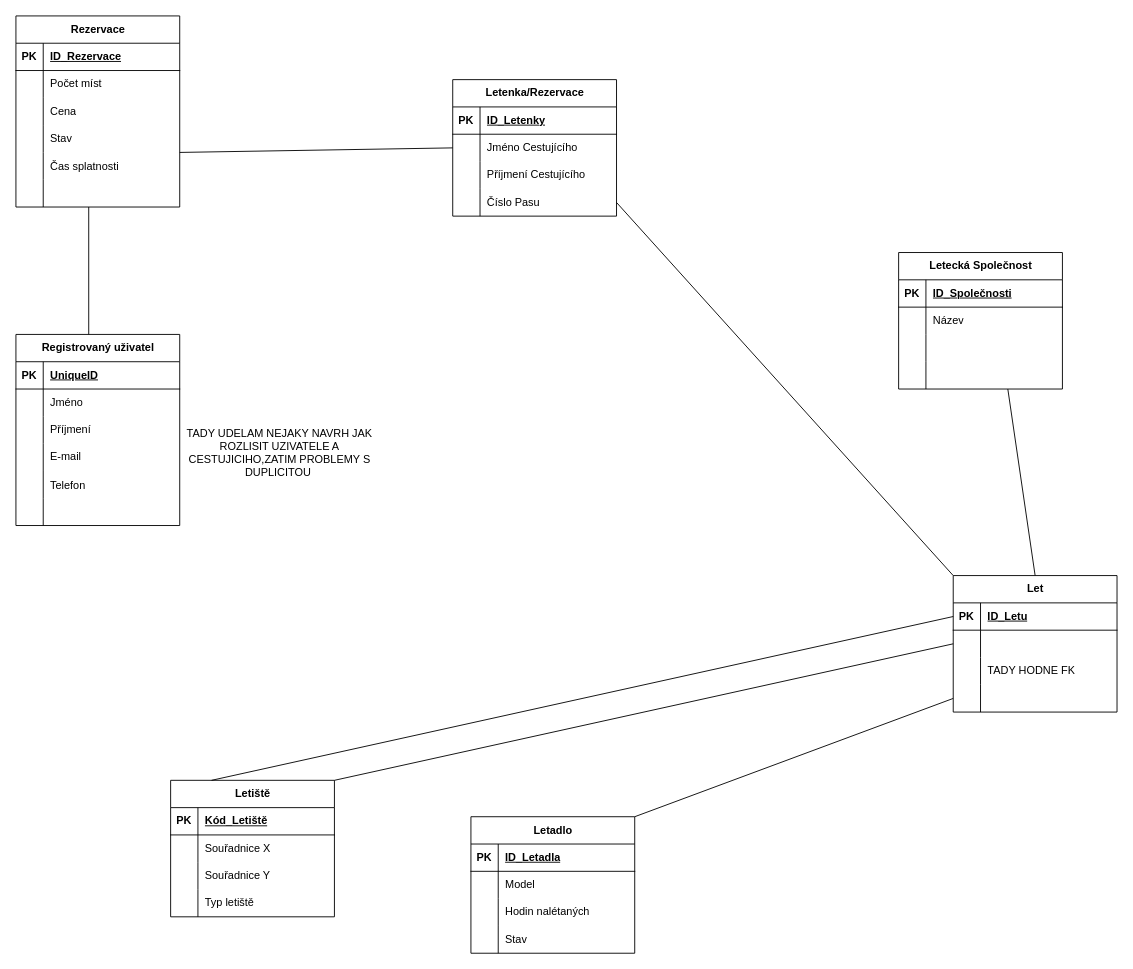
Before: ER.drawio in Vacko32/IDSProject, a draw.io diagram. Source tidied: cells renumbered, new cells numbered last; positions are measured from the earlier drawing's top-left corner, leaving out a move shared by most shapes. Both pictures are drawn from the tidied source at 91%, with x=0, y=0 at pixel (15, 15).
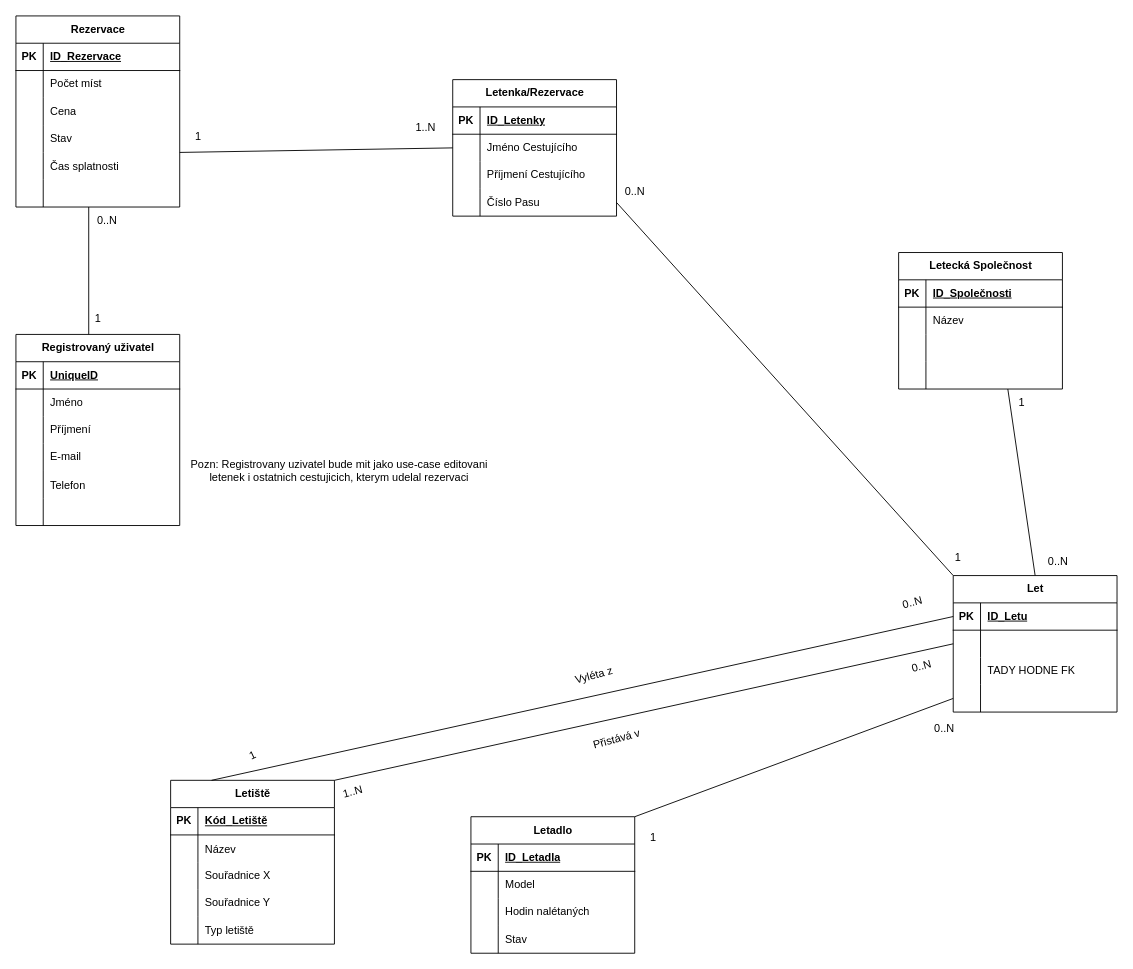
Above is the later version.

The edit, as a diff of the source:
```diff
@@
     <mxCell id="28" value="Letiště" style="shape=table;startSize=30;childLayout=tableLayout;rowLines=0;fontStyle=1;align=center;html=1;" parent="1" vertex="1">
-      <mxGeometry x="170" y="840" width="180" height="150" as="geometry" />
+      <mxGeometry x="170" y="840" width="180" height="180" as="geometry" />
     </mxCell>
@@
+    <mxCell id="113" style="shape=tableRow;horizontal=0;startSize=0;swimlaneHead=0;swimlaneBody=0;fillColor=none;top=0;left=0;right=0;bottom=0;" parent="28" vertex="1">
+      <mxGeometry y="60" width="180" height="30" as="geometry" />
+    </mxCell>
+    <mxCell id="114" style="shape=partialRectangle;fillColor=none;top=0;left=0;bottom=0;right=0;overflow=hidden;" parent="113" vertex="1">
+      <mxGeometry width="30" height="30" as="geometry" />
+    </mxCell>
+    <mxCell id="115" value="Název" style="shape=partialRectangle;fillColor=none;top=0;left=0;bottom=0;right=0;align=left;spacingLeft=6;overflow=hidden;" parent="113" vertex="1">
+      <mxGeometry x="30" width="150" height="30" as="geometry" />
+    </mxCell>
     <mxCell id="32" style="shape=tableRow;horizontal=0;startSize=0;swimlaneHead=0;swimlaneBody=0;fillColor=none;top=0;left=0;right=0;bottom=0;" parent="28" vertex="1">
-      <mxGeometry y="60" width="180" height="30" as="geometry" />
+      <mxGeometry y="90" width="180" height="30" as="geometry" />
     </mxCell>
@@
     <mxCell id="35" style="shape=tableRow;horizontal=0;startSize=0;swimlaneHead=0;swimlaneBody=0;fillColor=none;top=0;left=0;right=0;bottom=0;" parent="28" vertex="1">
-      <mxGeometry y="90" width="180" height="30" as="geometry" />
+      <mxGeometry y="120" width="180" height="30" as="geometry" />
     </mxCell>
@@
     <mxCell id="38" style="shape=tableRow;horizontal=0;startSize=0;swimlaneHead=0;swimlaneBody=0;fillColor=none;top=0;left=0;right=0;bottom=0;" parent="28" vertex="1">
-      <mxGeometry y="120" width="180" height="30" as="geometry" />
+      <mxGeometry y="150" width="180" height="30" as="geometry" />
     </mxCell>
@@
-    <mxCell id="112" value="TADY UDELAM NEJAKY NAVRH JAK ROZLISIT UZIVATELE A CESTUJICIHO,ZATIM PROBLEMY S DUPLICITOU&amp;nbsp;" style="text;html=1;strokeColor=none;fillColor=none;align=center;verticalAlign=middle;whiteSpace=wrap;rounded=0;" parent="1" vertex="1">
-      <mxGeometry x="180" y="430" width="220" height="100" as="geometry" />
-    </mxCell>
+    <mxCell id="116" value="Pozn: Registrovany uzivatel bude mit jako use-case editovani&lt;br&gt;letenek i ostatnich cestujicich, kterym udelal rezervaci" style="text;html=1;align=center;verticalAlign=middle;strokeColor=none;fillColor=none;" parent="1" vertex="1">
+      <mxGeometry x="180" y="480" width="350" height="40" as="geometry" />
+    </mxCell>
+    <mxCell id="117" value="1" style="text;html=1;align=center;verticalAlign=middle;strokeColor=none;fillColor=none;" parent="1" vertex="1">
+      <mxGeometry x="75" y="318" width="30" height="30" as="geometry" />
+    </mxCell>
+    <mxCell id="118" value="0..N" style="text;html=1;align=center;verticalAlign=middle;strokeColor=none;fillColor=none;" parent="1" vertex="1">
+      <mxGeometry x="75" y="210" width="50" height="30" as="geometry" />
+    </mxCell>
+    <mxCell id="119" value="1" style="text;html=1;align=center;verticalAlign=middle;strokeColor=none;fillColor=none;" parent="1" vertex="1">
+      <mxGeometry x="185" y="118" width="30" height="30" as="geometry" />
+    </mxCell>
+    <mxCell id="120" value="1..N" style="text;html=1;align=center;verticalAlign=middle;strokeColor=none;fillColor=none;" parent="1" vertex="1">
+      <mxGeometry x="425" y="108" width="50" height="30" as="geometry" />
+    </mxCell>
+    <mxCell id="121" value="0..N" style="text;html=1;align=center;verticalAlign=middle;strokeColor=none;fillColor=none;" parent="1" vertex="1">
+      <mxGeometry x="655" y="178" width="50" height="30" as="geometry" />
+    </mxCell>
+    <mxCell id="122" value="1" style="text;html=1;align=center;verticalAlign=middle;strokeColor=none;fillColor=none;" parent="1" vertex="1">
+      <mxGeometry x="1020" y="580" width="30" height="30" as="geometry" />
+    </mxCell>
+    <mxCell id="123" value="1" style="text;html=1;align=center;verticalAlign=middle;strokeColor=none;fillColor=none;" parent="1" vertex="1">
+      <mxGeometry x="1090" y="410" width="30" height="30" as="geometry" />
+    </mxCell>
+    <mxCell id="124" value="0..N" style="text;html=1;align=center;verticalAlign=middle;strokeColor=none;fillColor=none;" parent="1" vertex="1">
+      <mxGeometry x="1120" y="585" width="50" height="30" as="geometry" />
+    </mxCell>
+    <mxCell id="125" value="1" style="text;html=1;align=center;verticalAlign=middle;strokeColor=none;fillColor=none;" parent="1" vertex="1">
+      <mxGeometry x="685" y="888" width="30" height="30" as="geometry" />
+    </mxCell>
+    <mxCell id="126" value="0..N" style="text;html=1;align=center;verticalAlign=middle;strokeColor=none;fillColor=none;" parent="1" vertex="1">
+      <mxGeometry x="995" y="768" width="50" height="30" as="geometry" />
+    </mxCell>
+    <mxCell id="127" value="Vyléta z" style="text;html=1;align=center;verticalAlign=middle;strokeColor=none;fillColor=none;rotation=-15;" parent="1" vertex="1">
+      <mxGeometry x="600" y="710" width="70" height="30" as="geometry" />
+    </mxCell>
+    <mxCell id="128" value="Přistává v" style="text;html=1;align=center;verticalAlign=middle;strokeColor=none;fillColor=none;rotation=-15;" parent="1" vertex="1">
+      <mxGeometry x="620" y="780" width="80" height="30" as="geometry" />
+    </mxCell>
+    <mxCell id="129" value="0..N" style="text;html=1;align=center;verticalAlign=middle;strokeColor=none;fillColor=none;rotation=-15;" parent="1" vertex="1">
+      <mxGeometry x="960" y="630" width="50" height="30" as="geometry" />
+    </mxCell>
+    <mxCell id="130" value="1" style="text;html=1;align=center;verticalAlign=middle;strokeColor=none;fillColor=none;rotation=-25;" parent="1" vertex="1">
+      <mxGeometry x="245" y="798" width="30" height="30" as="geometry" />
+    </mxCell>
+    <mxCell id="131" value="1..N" style="text;html=1;align=center;verticalAlign=middle;strokeColor=none;fillColor=none;rotation=-15;" parent="1" vertex="1">
+      <mxGeometry x="345" y="838" width="50" height="30" as="geometry" />
+    </mxCell>
+    <mxCell id="132" value="0..N" style="text;html=1;align=center;verticalAlign=middle;strokeColor=none;fillColor=none;rotation=-15;" parent="1" vertex="1">
+      <mxGeometry x="970" y="700" width="50" height="30" as="geometry" />
+    </mxCell>
```
